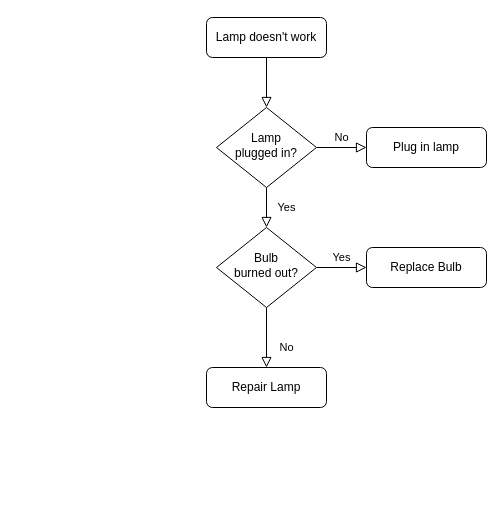
This is Untitled Diagram.drawio from Alzaraie/github-slideshow, a draw.io file, before an edit. Source tidied: cells renumbered, new cells numbered last; positions are measured from the earlier drawing's top-left corner, leaving out a move shared by most shapes. Both pictures are drawn from the tidied source at 100%, with x=0, y=0 at pixel (206, 17).
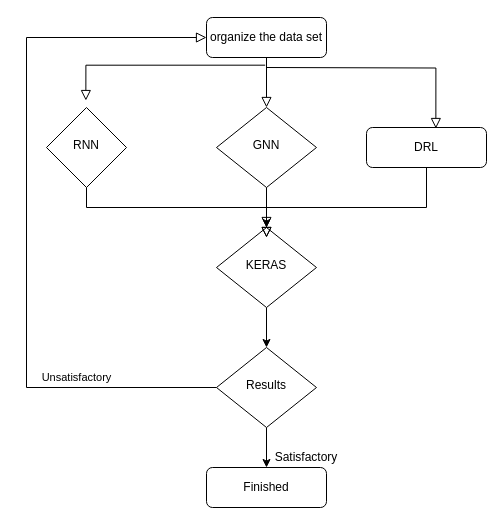
The same diagram, later.

Diff of the diagram source:
```diff
@@
-    <mxCell id="3" value="Lamp doesn't work" style="rounded=1;whiteSpace=wrap;html=1;fontSize=12;glass=0;strokeWidth=1;shadow=0;" parent="1" vertex="1">
+    <mxCell id="3" value="organize the data set" style="rounded=1;whiteSpace=wrap;html=1;fontSize=12;glass=0;strokeWidth=1;shadow=0;" parent="1" vertex="1">
       <mxGeometry width="120" height="40" as="geometry" />
     </mxCell>
-    <mxCell id="4" value="Yes" style="rounded=0;html=1;jettySize=auto;fontSize=11;endArrow=block;endFill=0;endSize=8;strokeWidth=1;shadow=0;labelBackgroundColor=none;edgeStyle=orthogonalEdgeStyle;" parent="1" edge="1" source="6" target="10">
-      <mxGeometry y="20" relative="1" as="geometry" />
-    </mxCell>
-    <mxCell id="5" value="No" style="edgeStyle=orthogonalEdgeStyle;rounded=0;html=1;jettySize=auto;fontSize=11;endArrow=block;endFill=0;endSize=8;strokeWidth=1;shadow=0;labelBackgroundColor=none;" parent="1" edge="1" source="6" target="7">
-      <mxGeometry y="10" relative="1" as="geometry" />
-    </mxCell>
-    <mxCell id="6" value="Lamp&lt;br&gt;plugged in?" style="rhombus;whiteSpace=wrap;html=1;shadow=0;fontFamily=Helvetica;fontSize=12;align=center;strokeWidth=1;spacing=6;spacingTop=-4;" parent="1" vertex="1">
+    <mxCell id="6" value="GNN" style="rhombus;whiteSpace=wrap;html=1;shadow=0;fontFamily=Helvetica;fontSize=12;align=center;strokeWidth=1;spacing=6;spacingTop=-4;" parent="1" vertex="1">
       <mxGeometry x="10" y="90" width="100" height="80" as="geometry" />
     </mxCell>
-    <mxCell id="7" value="Plug in lamp" style="rounded=1;whiteSpace=wrap;html=1;fontSize=12;glass=0;strokeWidth=1;shadow=0;" parent="1" vertex="1">
+    <mxCell id="7" value="DRL" style="rounded=1;whiteSpace=wrap;html=1;fontSize=12;glass=0;strokeWidth=1;shadow=0;" parent="1" vertex="1">
       <mxGeometry x="160" y="110" width="120" height="40" as="geometry" />
     </mxCell>
-    <mxCell id="8" value="No" style="rounded=0;html=1;jettySize=auto;fontSize=11;endArrow=block;endFill=0;endSize=8;strokeWidth=1;shadow=0;labelBackgroundColor=none;edgeStyle=orthogonalEdgeStyle;" parent="1" edge="1" source="10" target="11">
-      <mxGeometry x="0.33" y="20" relative="1" as="geometry" />
+    <mxCell id="8" value="Unsatisfactory" style="rounded=0;html=1;jettySize=auto;fontSize=11;endArrow=block;endFill=0;endSize=8;strokeWidth=1;shadow=0;labelBackgroundColor=none;edgeStyle=orthogonalEdgeStyle;exitX=0;exitY=0.5;exitDx=0;exitDy=0;entryX=0;entryY=0.5;entryDx=0;entryDy=0;" parent="1" edge="1" source="22" target="3">
+      <mxGeometry x="-0.61" y="-10" relative="1" as="geometry">
+        <Array as="points">
+          <mxPoint x="-180" y="370" />
+          <mxPoint x="-180" y="20" />
+        </Array>
+      </mxGeometry>
     </mxCell>
-    <mxCell id="9" value="Yes" style="edgeStyle=orthogonalEdgeStyle;rounded=0;html=1;jettySize=auto;fontSize=11;endArrow=block;endFill=0;endSize=8;strokeWidth=1;shadow=0;labelBackgroundColor=none;" parent="1" edge="1" source="10" target="12">
-      <mxGeometry y="10" relative="1" as="geometry" />
-    </mxCell>
+    <mxCell id="13" style="edgeStyle=orthogonalEdgeStyle;rounded=0;jettySize=auto;html=1;" parent="1" edge="1" source="10">
+      <mxGeometry relative="1" as="geometry">
+        <mxPoint x="60" y="210" as="targetPoint" />
+      </mxGeometry>
+    </mxCell>
+    <mxCell id="14" style="edgeStyle=orthogonalEdgeStyle;rounded=0;jettySize=auto;html=1;" parent="1" edge="1" source="10" target="22">
+      <mxGeometry relative="1" as="geometry" />
+    </mxCell>
-    <mxCell id="10" value="Bulb&lt;br&gt;burned out?" style="rhombus;whiteSpace=wrap;html=1;shadow=0;fontFamily=Helvetica;fontSize=12;align=center;strokeWidth=1;spacing=6;spacingTop=-4;" parent="1" vertex="1">
+    <mxCell id="10" value="KERAS" style="rhombus;whiteSpace=wrap;html=1;shadow=0;fontFamily=Helvetica;fontSize=12;align=center;strokeWidth=1;spacing=6;spacingTop=-4;" parent="1" vertex="1">
       <mxGeometry x="10" y="210" width="100" height="80" as="geometry" />
     </mxCell>
-    <mxCell id="11" value="Repair Lamp" style="rounded=1;whiteSpace=wrap;html=1;fontSize=12;glass=0;strokeWidth=1;shadow=0;" parent="1" vertex="1">
-      <mxGeometry y="350" width="120" height="40" as="geometry" />
-    </mxCell>
-    <mxCell id="12" value="Replace Bulb" style="rounded=1;whiteSpace=wrap;html=1;fontSize=12;glass=0;strokeWidth=1;shadow=0;" parent="1" vertex="1">
-      <mxGeometry x="160" y="230" width="120" height="40" as="geometry" />
-    </mxCell>
+    <mxCell id="15" value="RNN" style="rhombus;whiteSpace=wrap;html=1;shadow=0;strokeWidth=1;spacing=6;spacingTop=-4;" parent="1" vertex="1">
+      <mxGeometry x="-160" y="90" width="80" height="80" as="geometry" />
+    </mxCell>
+    <mxCell id="16" style="rounded=0;html=1;jettySize=auto;fontSize=11;endArrow=block;endFill=0;endSize=8;strokeWidth=1;shadow=0;labelBackgroundColor=none;edgeStyle=orthogonalEdgeStyle;entryX=0.492;entryY=-0.087;entryDx=0;entryDy=0;entryPerimeter=0;exitX=0.489;exitY=1.192;exitDx=0;exitDy=0;exitPerimeter=0;" parent="1" edge="1" source="3" target="15">
+      <mxGeometry relative="1" as="geometry" />
+    </mxCell>
+    <mxCell id="17" style="rounded=0;html=1;jettySize=auto;fontSize=11;endArrow=block;endFill=0;endSize=8;strokeWidth=1;shadow=0;labelBackgroundColor=none;edgeStyle=orthogonalEdgeStyle;entryX=0.578;entryY=0.025;entryDx=0;entryDy=0;entryPerimeter=0;" parent="1" edge="1" target="7">
+      <mxGeometry relative="1" as="geometry">
+        <mxPoint x="60" y="50" as="sourcePoint" />
+      </mxGeometry>
+    </mxCell>
+    <mxCell id="18" style="rounded=0;html=1;jettySize=auto;fontSize=11;endArrow=block;endFill=0;endSize=8;strokeWidth=1;shadow=0;labelBackgroundColor=none;edgeStyle=orthogonalEdgeStyle;exitX=0.5;exitY=1;exitDx=0;exitDy=0;" parent="1" edge="1" source="7">
+      <mxGeometry relative="1" as="geometry">
+        <mxPoint x="60" y="220" as="targetPoint" />
+        <Array as="points">
+          <mxPoint x="220" y="190" />
+          <mxPoint x="60" y="190" />
+        </Array>
+      </mxGeometry>
+    </mxCell>
+    <mxCell id="19" style="rounded=0;html=1;jettySize=auto;fontSize=11;endArrow=block;endFill=0;endSize=8;strokeWidth=1;shadow=0;labelBackgroundColor=none;edgeStyle=orthogonalEdgeStyle;exitX=0.5;exitY=1;exitDx=0;exitDy=0;" parent="1" edge="1" source="15">
+      <mxGeometry relative="1" as="geometry">
+        <mxPoint x="60" y="210" as="targetPoint" />
+        <Array as="points">
+          <mxPoint x="-120" y="190" />
+          <mxPoint x="60" y="190" />
+        </Array>
+      </mxGeometry>
+    </mxCell>
+    <mxCell id="20" style="rounded=0;html=1;jettySize=auto;orthogonalLoop=1;fontSize=11;endArrow=block;endFill=0;endSize=8;strokeWidth=1;shadow=0;labelBackgroundColor=none;edgeStyle=orthogonalEdgeStyle;" parent="1" edge="1">
+      <mxGeometry relative="1" as="geometry">
+        <mxPoint x="60" y="170" as="sourcePoint" />
+        <mxPoint x="60" y="220" as="targetPoint" />
+      </mxGeometry>
+    </mxCell>
+    <mxCell id="21" style="edgeStyle=orthogonalEdgeStyle;rounded=0;jettySize=auto;html=1;entryX=0.5;entryY=0;entryDx=0;entryDy=0;" parent="1" edge="1" source="22" target="23">
+      <mxGeometry relative="1" as="geometry" />
+    </mxCell>
+    <mxCell id="22" value="Results" style="rhombus;whiteSpace=wrap;html=1;shadow=0;fontFamily=Helvetica;fontSize=12;align=center;strokeWidth=1;spacing=6;spacingTop=-4;" parent="1" vertex="1">
+      <mxGeometry x="10" y="330" width="100" height="80" as="geometry" />
+    </mxCell>
+    <mxCell id="23" value="Finished" style="rounded=1;whiteSpace=wrap;html=1;fontSize=12;glass=0;strokeWidth=1;shadow=0;" parent="1" vertex="1">
+      <mxGeometry y="450" width="120" height="40" as="geometry" />
+    </mxCell>
+    <mxCell id="24" value="Satisfactory" style="text;html=1;strokeColor=none;fillColor=none;align=center;verticalAlign=middle;whiteSpace=wrap;rounded=0;" parent="1" vertex="1">
+      <mxGeometry x="80" y="430" width="40" height="20" as="geometry" />
+    </mxCell>
```
